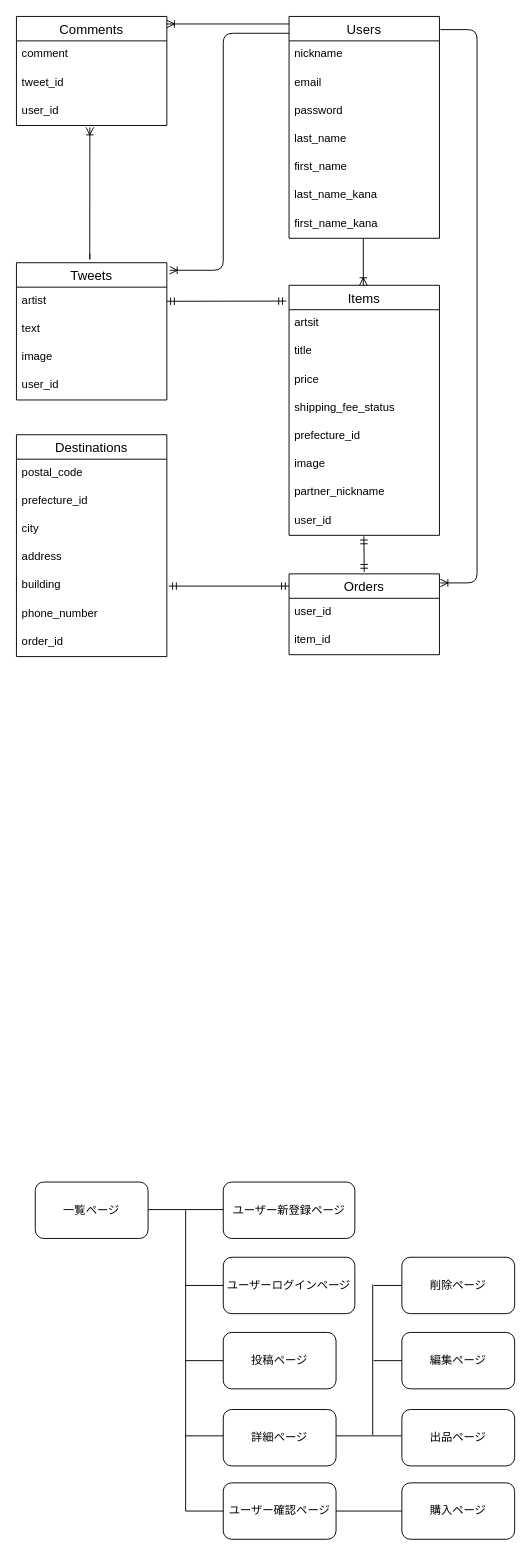
Earlier version of the draw.io diagram wants.dio (RegSlinky/wants-app). Source tidied: cells renumbered, new cells numbered last; positions are measured from the earlier drawing's top-left corner, leaving out a move shared by most shapes. Both pictures are drawn from the tidied source at 94%, with x=0, y=0 at pixel (16, 16).
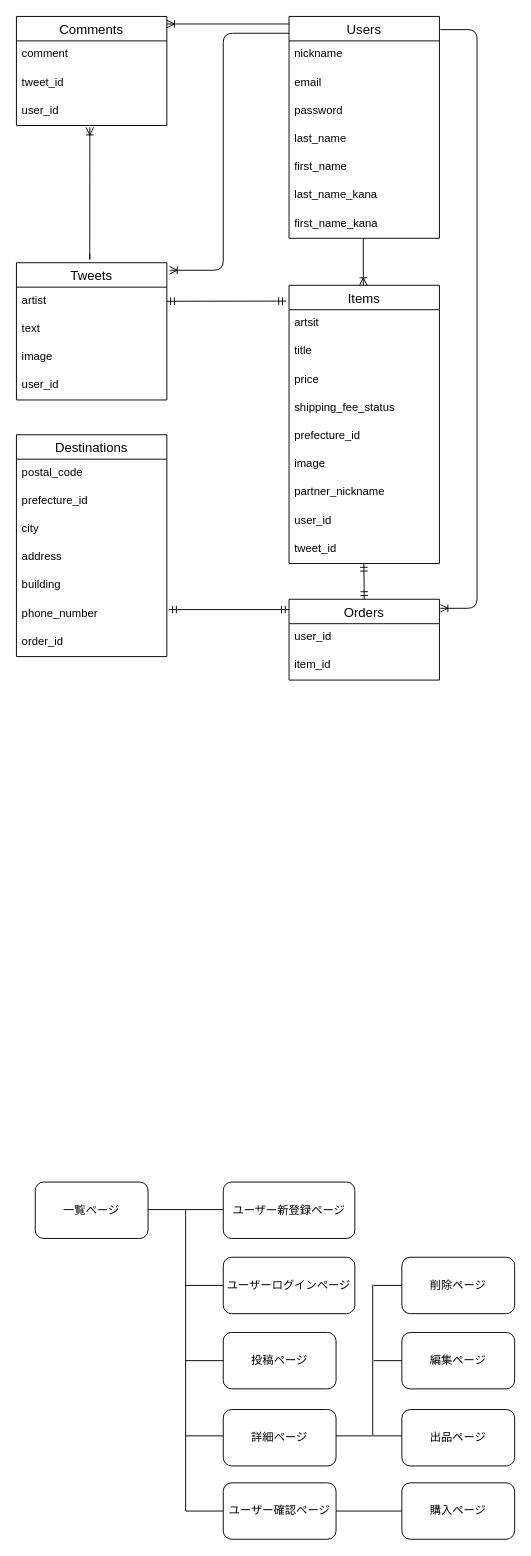
The same diagram, later.

The edit, as a diff of the source:
```diff
@@
     <mxCell id="20" value="Items" style="swimlane;fontStyle=0;horizontal=1;startSize=26;align=center;fontSize=14;" parent="1" vertex="1">
-      <mxGeometry x="290" y="286" width="160" height="266" as="geometry" />
+      <mxGeometry x="290" y="286" width="160" height="296" as="geometry" />
     </mxCell>
@@
+    <mxCell id="68" value="tweet_id" style="text;strokeColor=none;fillColor=none;spacingLeft=4;spacingRight=4;overflow=hidden;fontSize=12;" parent="20" vertex="1">
+      <mxGeometry y="266" width="160" height="30" as="geometry" />
+    </mxCell>
     <mxCell id="29" value="Orders" style="swimlane;fontStyle=0;horizontal=1;startSize=26;align=center;fontSize=14;" parent="1" vertex="1">
-      <mxGeometry x="290" y="593" width="160" height="86" as="geometry" />
+      <mxGeometry x="290" y="620" width="160" height="86" as="geometry" />
     </mxCell>
@@
     <mxCell id="41" style="edgeStyle=orthogonalEdgeStyle;fontSize=12;html=1;endArrow=ERoneToMany;targetPerimeterSpacing=13;entryX=1.006;entryY=0.112;entryDx=0;entryDy=0;entryPerimeter=0;" parent="1" edge="1" target="29">
       <mxGeometry relative="1" as="geometry">
         <mxPoint x="451" y="14" as="sourcePoint" />
         <Array as="points">
           <mxPoint x="490" y="14" />
-          <mxPoint x="490" y="603" />
+          <mxPoint x="490" y="630" />
         </Array>
       </mxGeometry>
     </mxCell>
     <mxCell id="42" style="fontSize=12;html=1;endArrow=ERmandOne;startArrow=ERmandOne;targetPerimeterSpacing=13;entryX=0.488;entryY=0.967;entryDx=0;entryDy=0;entryPerimeter=0;" parent="1" edge="1">
       <mxGeometry relative="1" as="geometry">
-        <mxPoint x="370" y="591" as="sourcePoint" />
-        <mxPoint x="369.6" y="553" as="targetPoint" />
+        <mxPoint x="370" y="620" as="sourcePoint" />
+        <mxPoint x="369.6" y="582" as="targetPoint" />
       </mxGeometry>
     </mxCell>
     <mxCell id="43" style="fontSize=12;html=1;endArrow=ERmandOne;startArrow=ERmandOne;targetPerimeterSpacing=13;exitX=1.013;exitY=0.267;exitDx=0;exitDy=0;exitPerimeter=0;" parent="1" edge="1">
       <mxGeometry relative="1" as="geometry">
-        <mxPoint x="162.1" y="606" as="sourcePoint" />
-        <mxPoint x="290" y="606" as="targetPoint" />
+        <mxPoint x="162.1" y="631" as="sourcePoint" />
+        <mxPoint x="290" y="631" as="targetPoint" />
       </mxGeometry>
     </mxCell>
```
